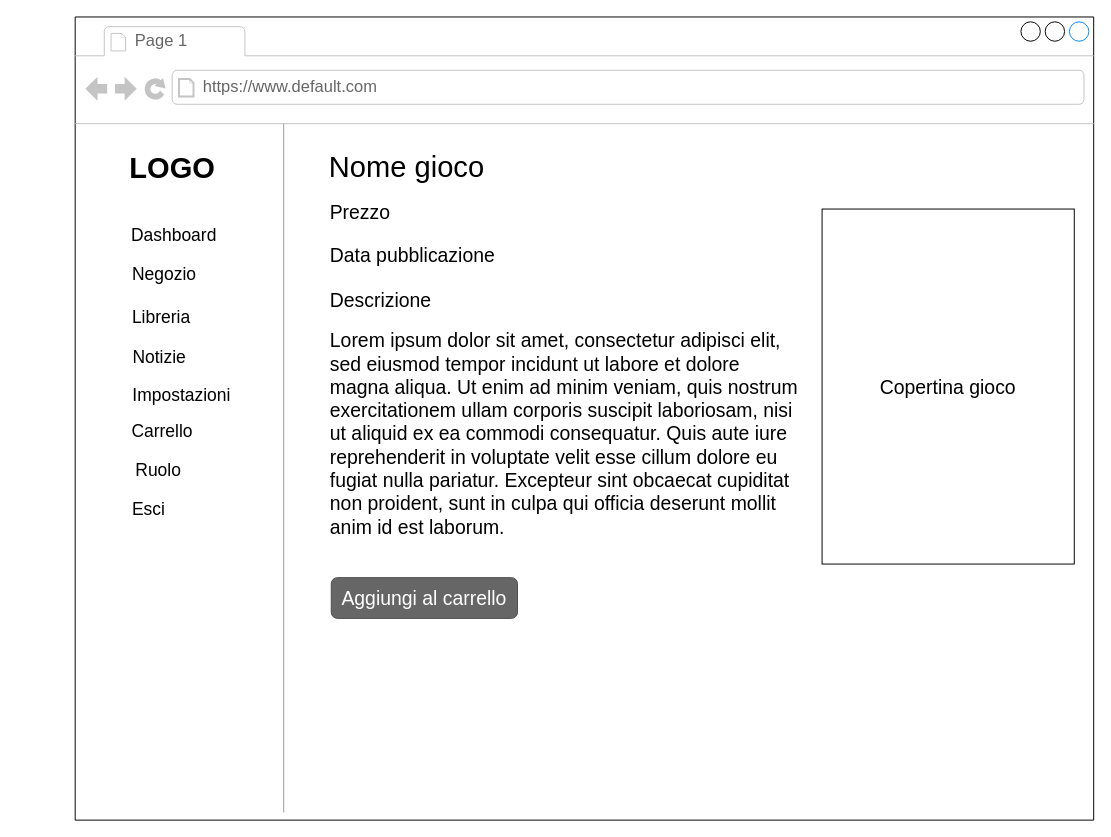
The draw.io diagram 21-10-2021/Risorse/Layouts (.drawio)/Descrizione_gioco_img4.drawio in is-shodan-20-21/docs, before the edit. Source tidied: cells renumbered, new cells numbered last; positions are measured from the earlier drawing's top-left corner, leaving out a move shared by most shapes. Both pictures are drawn from the tidied source at 97%, with x=0, y=0 at pixel (16, 16).
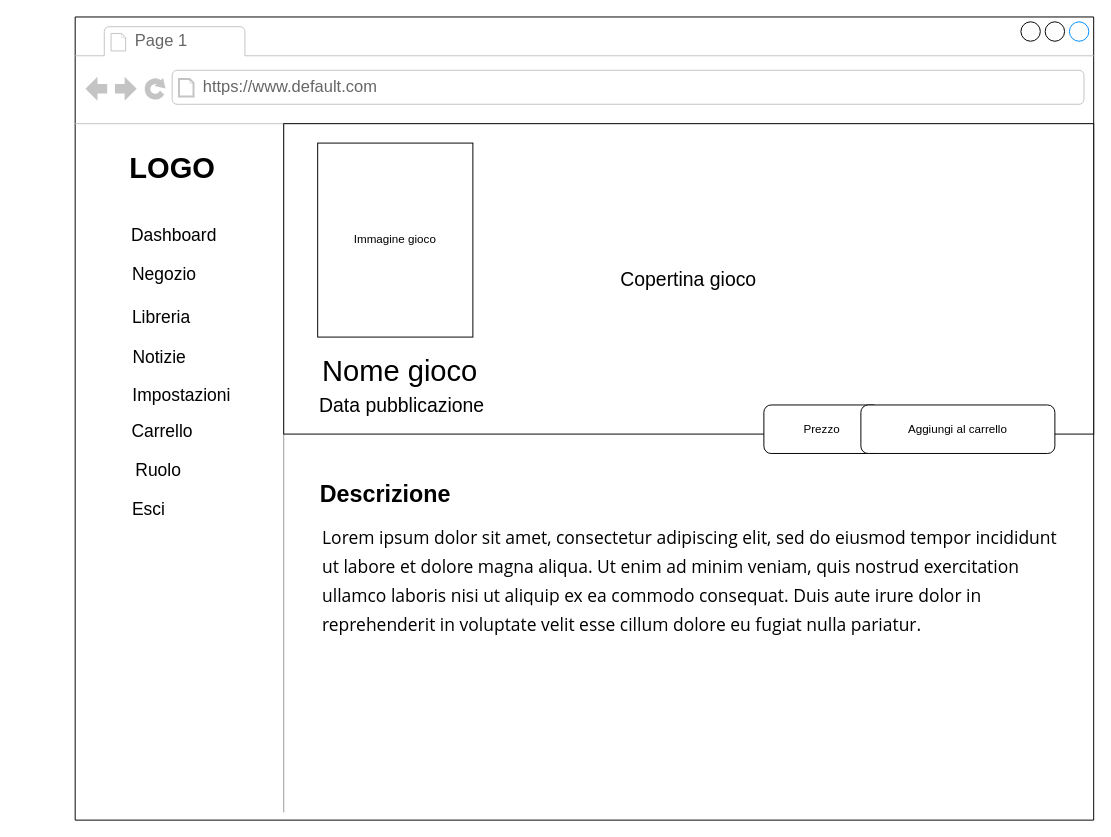
After the change.

The edit, as a diff of the source:
```diff
@@
-    <mxCell id="2" style="strokeWidth=1;shadow=0;dashed=0;align=center;html=1;shape=mxgraph.mockup.containers.browserWindow;rSize=0;mainText=,;rounded=0;labelBackgroundColor=none;fontFamily=Verdana;fontSize=12;" parent="1" vertex="1">
+    <mxCell id="2" style="strokeWidth=1;shadow=0;dashed=0;align=center;html=1;shape=mxgraph.mockup.containers.browserWindow;rSize=0;mainText=,;rounded=0;labelBackgroundColor=none;fontFamily=Verdana;fontSize=12;fillColor=#FFFFFF;" parent="1" vertex="1">
       <mxGeometry x="60" width="1050" height="828" as="geometry" />
     </mxCell>
@@
     <mxCell id="16" value="Copertina gioco" style="rounded=0;whiteSpace=wrap;html=1;fontSize=20;" parent="2" vertex="1">
-      <mxGeometry x="770" y="198" width="260" height="366" as="geometry" />
+      <mxGeometry x="215" y="110" width="835" height="320" as="geometry" />
     </mxCell>
     <mxCell id="17" value="Nome gioco" style="text;html=1;strokeColor=none;fillColor=none;align=center;verticalAlign=middle;whiteSpace=wrap;rounded=0;fontSize=30;" parent="2" vertex="1">
-      <mxGeometry x="237" y="99" width="210" height="110" as="geometry" />
+      <mxGeometry x="230" y="310" width="210" height="110" as="geometry" />
     </mxCell>
+    <mxCell id="20" value="&lt;font style=&quot;font-size: 20px&quot;&gt;Data pubblicazione&lt;/font&gt;" style="text;html=1;strokeColor=none;fillColor=none;align=center;verticalAlign=middle;whiteSpace=wrap;rounded=0;" parent="2" vertex="1">
+      <mxGeometry x="226" y="385" width="222" height="30" as="geometry" />
+    </mxCell>
+    <mxCell id="22" value="Immagine gioco" style="whiteSpace=wrap;html=1;fillColor=#FFFFFF;" parent="2" vertex="1">
+      <mxGeometry x="250" y="130" width="160" height="200" as="geometry" />
+    </mxCell>
-    <mxCell id="18" value="&lt;font style=&quot;font-size: 20px&quot;&gt;Prezzo&lt;/font&gt;" style="text;html=1;strokeColor=none;fillColor=none;align=center;verticalAlign=middle;whiteSpace=wrap;rounded=0;" parent="2" vertex="1">
-      <mxGeometry x="264" y="186" width="60" height="30" as="geometry" />
+    <mxCell id="18" value="Prezzo" style="rounded=1;whiteSpace=wrap;html=1;fillColor=#FFFFFF;" parent="2" vertex="1">
+      <mxGeometry x="710" y="400" width="120" height="50" as="geometry" />
     </mxCell>
-    <mxCell id="19" value="&lt;h1&gt;&lt;font style=&quot;font-size: 20px ; font-weight: normal&quot;&gt;Descrizione&lt;/font&gt;&lt;/h1&gt;&lt;p&gt;&lt;span style=&quot;box-sizing: border-box ; text-align: justify&quot;&gt;&lt;font style=&quot;font-size: 20px&quot;&gt;Lorem ipsum dolor sit amet, consectetur adipisci elit, sed eiusmod tempor incidunt ut labore et dolore magna aliqua. Ut enim ad minim veniam, quis nostrum exercitationem ullam corporis suscipit laboriosam, nisi ut aliquid ex ea commodi consequatur. Quis aute iure reprehenderit in voluptate velit esse cillum dolore eu fugiat nulla pariatur. Excepteur sint obcaecat cupiditat non proident, sunt in culpa qui officia deserunt mollit anim id est laborum.&lt;/font&gt;&lt;/span&gt;&lt;br&gt;&lt;/p&gt;" style="text;html=1;strokeColor=none;fillColor=none;spacing=5;spacingTop=-20;whiteSpace=wrap;overflow=hidden;rounded=0;" parent="2" vertex="1">
-      <mxGeometry x="258" y="271" width="492" height="355" as="geometry" />
-    </mxCell>
-    <mxCell id="20" value="&lt;font style=&quot;font-size: 20px&quot;&gt;Data pubblicazione&lt;/font&gt;" style="text;html=1;strokeColor=none;fillColor=none;align=center;verticalAlign=middle;whiteSpace=wrap;rounded=0;" parent="2" vertex="1">
-      <mxGeometry x="237" y="230" width="222" height="30" as="geometry" />
-    </mxCell>
-    <mxCell id="21" value="&lt;font style=&quot;font-size: 20px&quot;&gt;Aggiungi al carrello&lt;/font&gt;" style="rounded=1;html=1;shadow=0;dashed=0;whiteSpace=wrap;fontSize=10;fillColor=#666666;align=center;strokeColor=#4D4D4D;fontColor=#ffffff;" parent="2" vertex="1">
-      <mxGeometry x="264" y="578" width="192" height="42" as="geometry" />
+    <mxCell id="21" value="Aggiungi al carrello" style="rounded=1;whiteSpace=wrap;html=1;fillColor=#FFFFFF;" parent="2" vertex="1">
+      <mxGeometry x="810" y="400" width="200" height="50" as="geometry" />
     </mxCell>
+    <mxCell id="23" value="&lt;font style=&quot;font-size: 24px&quot;&gt;&lt;b&gt;Descrizione&lt;/b&gt;&lt;/font&gt;" style="text;html=1;strokeColor=none;fillColor=none;align=center;verticalAlign=middle;whiteSpace=wrap;rounded=0;" parent="2" vertex="1">
+      <mxGeometry x="290" y="478" width="60" height="30" as="geometry" />
+    </mxCell>
+    <mxCell id="24" value="&lt;span style=&quot;font-family: &amp;#34;open sans&amp;#34; , &amp;#34;arial&amp;#34; , sans-serif ; background-color: rgb(255 , 255 , 255)&quot;&gt;&lt;font style=&quot;font-size: 18px&quot;&gt;Lorem ipsum dolor sit amet, consectetur adipiscing elit, sed do eiusmod tempor incididunt ut labore et dolore magna aliqua. Ut enim ad minim veniam, quis nostrud exercitation ullamco laboris nisi ut aliquip ex ea commodo consequat. Duis aute irure dolor in reprehenderit in voluptate velit esse cillum dolore eu fugiat nulla pariatur.&lt;/font&gt;&lt;/span&gt;" style="text;html=1;strokeColor=none;fillColor=none;align=left;verticalAlign=middle;whiteSpace=wrap;rounded=0;fontSize=24;" parent="2" vertex="1">
+      <mxGeometry x="252.5" y="520" width="760" height="120" as="geometry" />
+    </mxCell>
```
